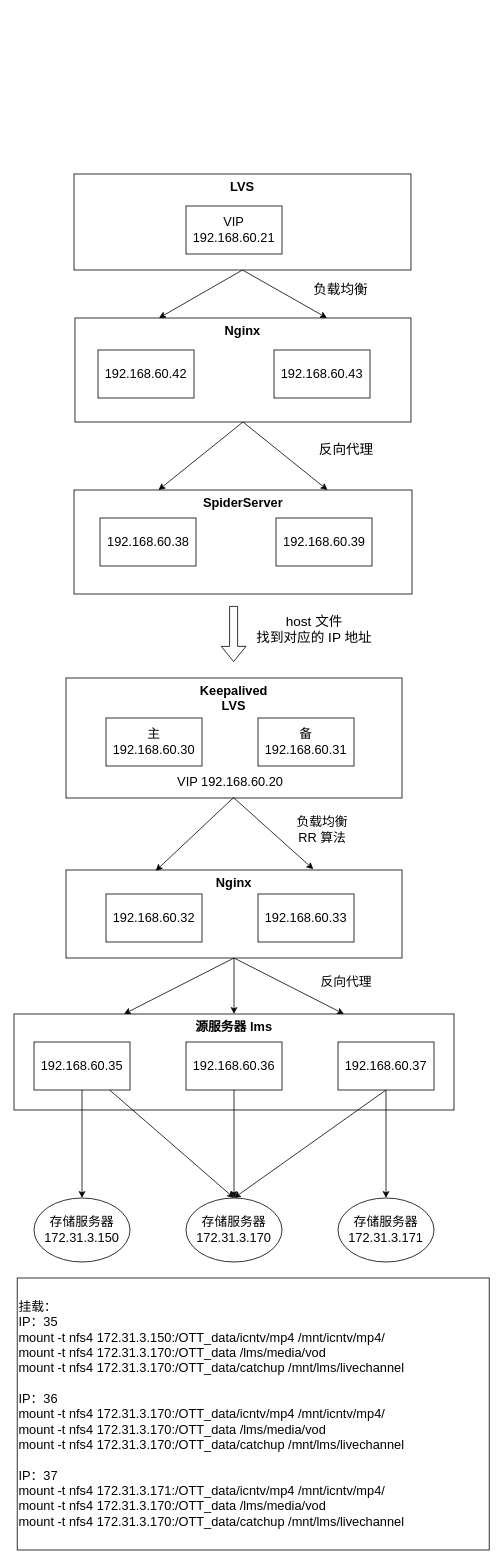
Before: 杂/云数OTT.drawio in xiaolincoder/ImageHost4, a draw.io diagram. Source tidied: cells renumbered, new cells numbered last; positions are measured from the earlier drawing's top-left corner, leaving out a move shared by most shapes. Both pictures are drawn from the tidied source at 80%, with x=0, y=0 at pixel (14, 174).
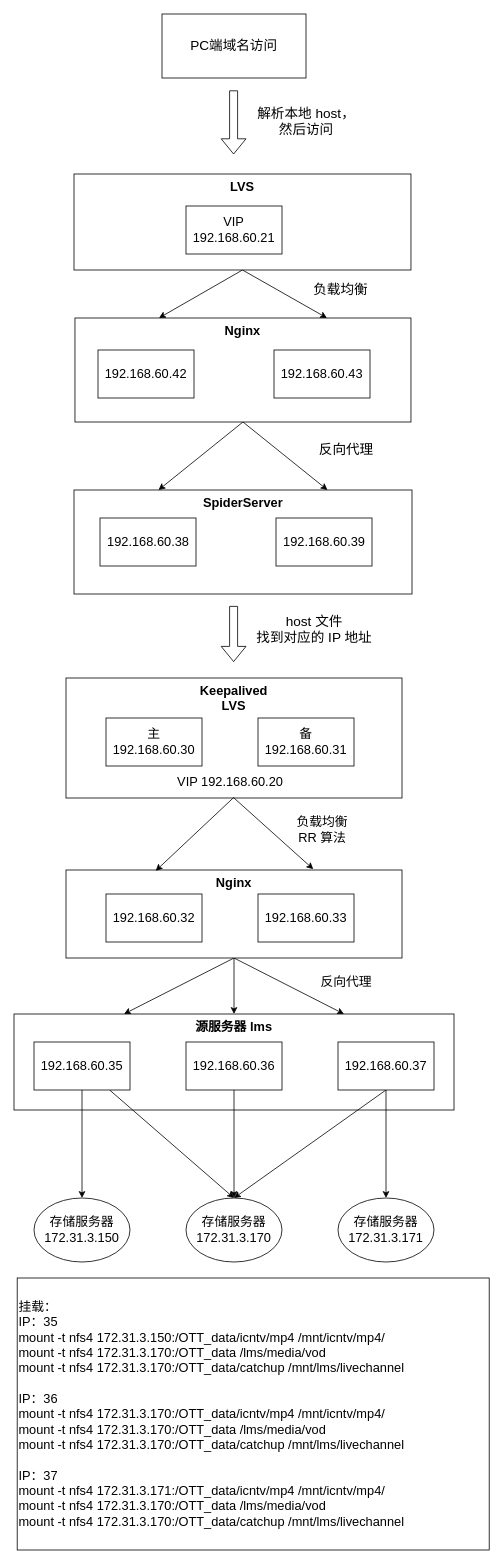
The same diagram, later.

What changed in the source:
```diff
@@
+    <mxCell id="45" value="PC端域名访问" style="rounded=0;whiteSpace=wrap;html=1;fontSize=17;align=center;" parent="1" vertex="1">
+      <mxGeometry x="185" y="-200" width="180" height="80" as="geometry" />
+    </mxCell>
+    <mxCell id="46" style="shape=flexArrow;endArrow=classic;html=1;fontSize=17;" parent="1" edge="1">
+      <mxGeometry relative="1" as="geometry">
+        <mxPoint x="274.5" y="-104.5" as="sourcePoint" />
+        <mxPoint x="274.5" y="-24.5" as="targetPoint" />
+      </mxGeometry>
+    </mxCell>
+    <mxCell id="47" value="解析本地 host，&lt;br&gt;然后访问" style="text;html=1;align=center;verticalAlign=middle;fontSize=17;" parent="1" vertex="1">
+      <mxGeometry x="295" y="-90" width="140" height="50" as="geometry" />
+    </mxCell>
```
